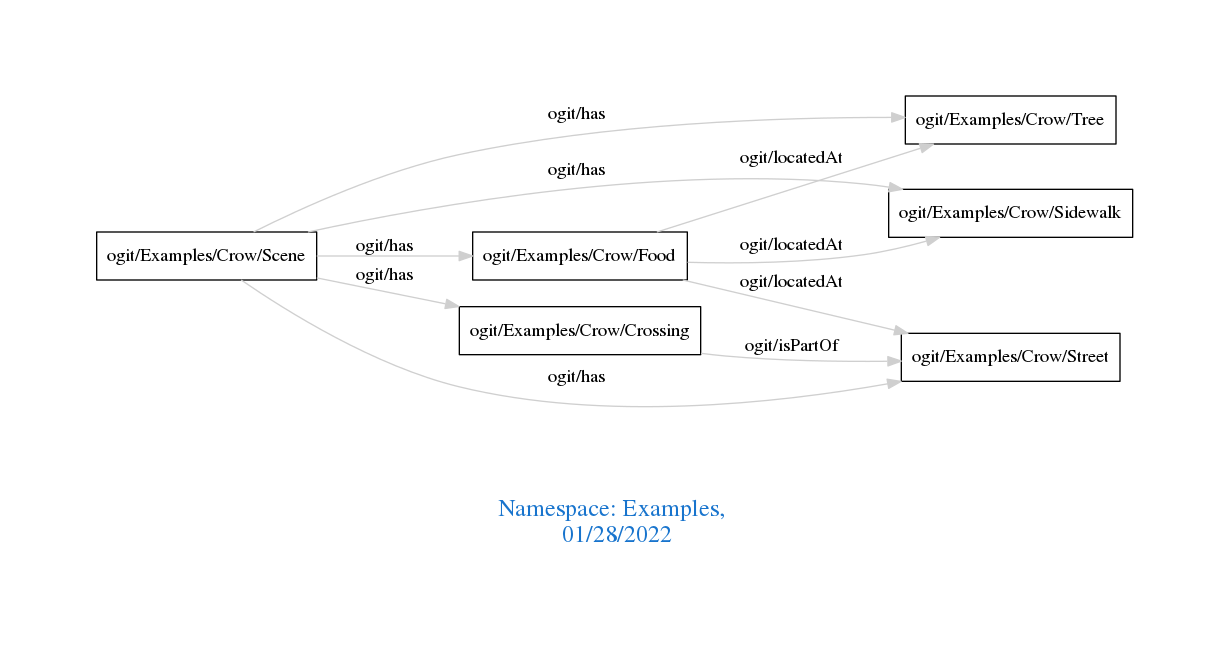
Above: downloads/Examples.png in arago/OGIT (Graphviz), before the change. Its source is kept beside it as downloads/Examples.dot.
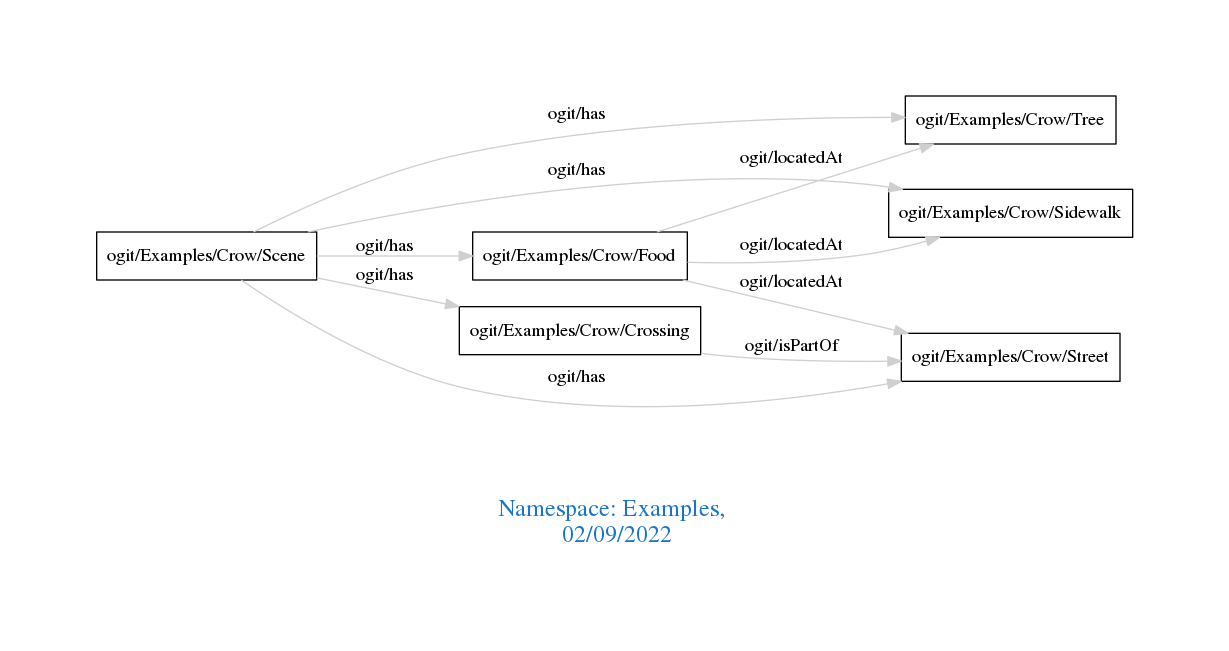
Later version of the same file.

The edit, as a diff of the source:
```diff
@@ -1,7 +1,7 @@
 digraph OGIT_ontology {
  graph [ rankdir= LR,pad=1
 fontsize = 18,
-fontcolor= dodgerblue3,label = "\n\n\nNamespace: Examples, \n 01/28/2022"];
+fontcolor= dodgerblue3,label = "\n\n\nNamespace: Examples, \n 02/09/2022"];
 node[shape=polygon];
 edge [  color="gray81"];
 
```
